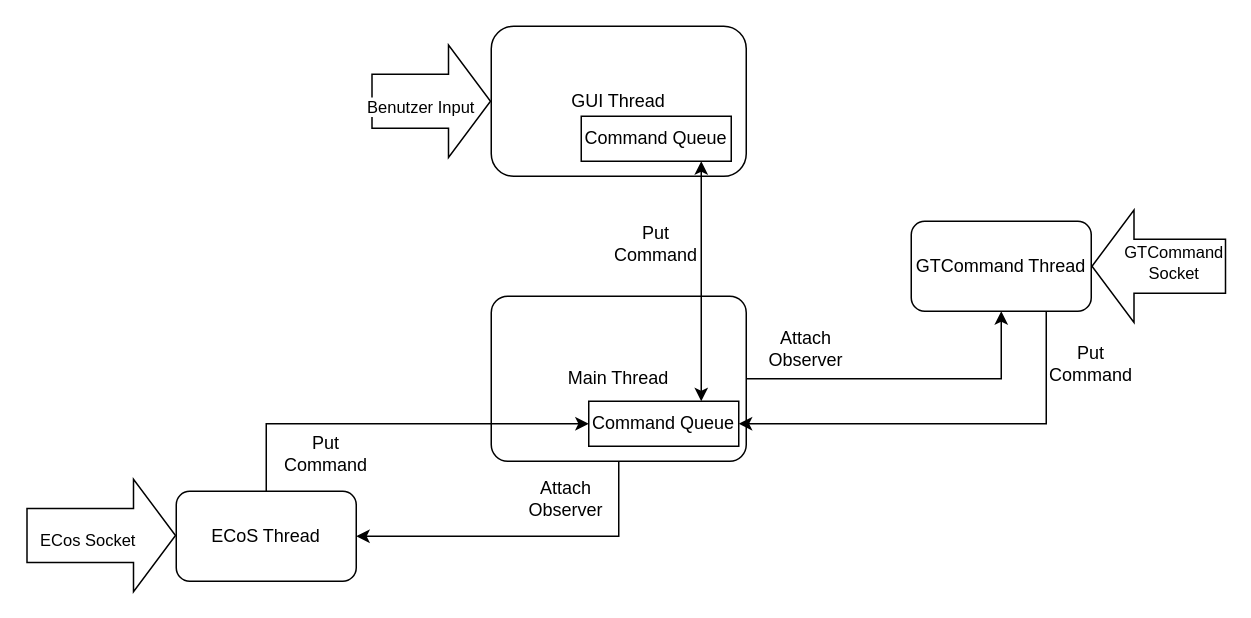
Before: threads.drawio in pascalreiss/draw_io_stuff, a draw.io diagram. Source tidied: cells renumbered, new cells numbered last; positions are measured from the earlier drawing's top-left corner, leaving out a move shared by most shapes. Both pictures are drawn from the tidied source at 150%, with x=0, y=0 at pixel (26, 26).
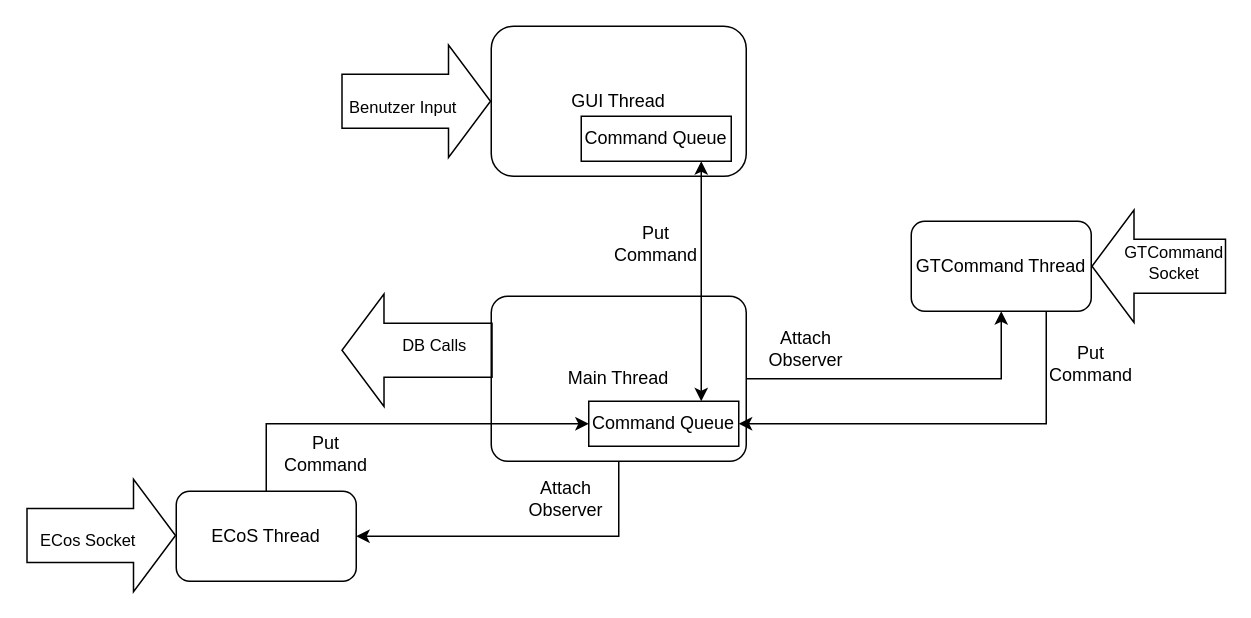
The same diagram, later.

The change refers to these unchanged cells:
```xml
<mxCell id="2" value="Main Thread" style="rounded=1;whiteSpace=wrap;html=1;arcSize=10;" parent="1" vertex="1">
  <mxGeometry x="310" y="180" width="170" height="110" as="geometry" />
</mxCell>
<mxCell id="5" value="GUI Thread" style="rounded=1;whiteSpace=wrap;html=1;" parent="1" vertex="1">
  <mxGeometry x="310" width="170" height="100" as="geometry" />
</mxCell>
```

The edit, as a diff of the source:
```diff
@@
     <mxCell id="16" style="shape=flexArrow;endArrow=classic;html=1;rounded=0;endWidth=38;endSize=9;width=36;" parent="1" edge="1" target="5">
       <mxGeometry relative="1" as="geometry">
-        <mxPoint x="230" y="50" as="sourcePoint" />
+        <mxPoint x="210" y="50" as="sourcePoint" />
       </mxGeometry>
     </mxCell>
@@
+    <mxCell id="25" style="shape=flexArrow;endArrow=classic;html=1;rounded=0;endWidth=38;endSize=9;width=36;exitX=0.006;exitY=0.327;exitDx=0;exitDy=0;exitPerimeter=0;" parent="1" edge="1" source="2">
+      <mxGeometry relative="1" as="geometry">
+        <mxPoint x="210" y="216" as="targetPoint" />
+      </mxGeometry>
+    </mxCell>
+    <mxCell id="26" value="DB Calls" style="edgeLabel;html=1;align=center;verticalAlign=middle;" parent="25" vertex="1">
+      <mxGeometry x="-0.2" y="-3" relative="1" as="geometry" />
+    </mxCell>
```
